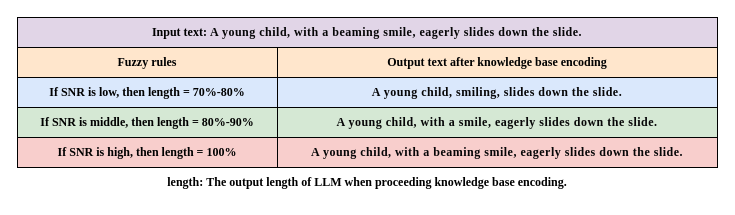
This is UBC-CSC/table.drawio from TuuSiwei/paper_image, a draw.io file, before an edit. Source tidied: cells renumbered, new cells numbered last; positions are measured from the earlier drawing's top-left corner, leaving out a move shared by most shapes. Both pictures are drawn from the tidied source at 100%, with x=0, y=0 at pixel (17, 17).
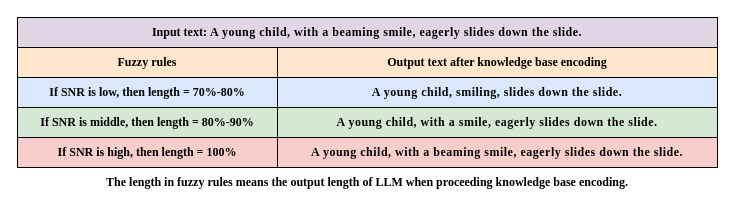
After the change.

The edit, as a diff of the source:
```diff
@@
 <mxGraphModel>
   <root>
     <mxCell id="0" />
     <mxCell id="1" parent="0" />
     <mxCell id="2" value="&lt;span style=&quot;font-size: 12px; font-weight: 700;&quot;&gt;Input text:&amp;nbsp;&lt;/span&gt;&lt;b style=&quot;white-space-collapse: preserve; color: rgb(6, 6, 7); font-size: 12px; letter-spacing: 0.5px;&quot;&gt;A young child, with a beaming smile, eagerly slides down the slide.&lt;/b&gt;" style="rounded=0;whiteSpace=wrap;html=1;fillColor=#e1d5e7;strokeColor=default;fontSize=12;align=center;fontFamily=Times New Roman;" parent="1" vertex="1">
       <mxGeometry width="700" height="30" as="geometry" />
     </mxCell>
     <mxCell id="3" value="&lt;b style=&quot;font-size: 12px;&quot;&gt;&lt;font style=&quot;font-size: 12px;&quot;&gt;If SNR is low,&amp;nbsp;&lt;/font&gt;&lt;/b&gt;&lt;b style=&quot;font-size: 12px;&quot;&gt;&lt;font style=&quot;font-size: 12px;&quot;&gt;then length = 70%-80%&lt;/font&gt;&lt;/b&gt;" style="rounded=0;whiteSpace=wrap;html=1;fillColor=#dae8fc;strokeColor=default;fontSize=12;align=center;fontFamily=Times New Roman;" parent="1" vertex="1">
       <mxGeometry y="60" width="260" height="30" as="geometry" />
     </mxCell>
     <mxCell id="4" value="&lt;b style=&quot;font-size: 12px;&quot;&gt;&lt;font style=&quot;font-size: 12px;&quot;&gt;Output text after knowledge base encoding&lt;/font&gt;&lt;/b&gt;" style="rounded=0;whiteSpace=wrap;html=1;fillColor=#ffe6cc;strokeColor=default;fontSize=12;align=center;fontFamily=Times New Roman;" parent="1" vertex="1">
       <mxGeometry x="260" y="30" width="440" height="30" as="geometry" />
     </mxCell>
     <mxCell id="5" value="&lt;font color=&quot;#060607&quot;&gt;&lt;span style=&quot;letter-spacing: 0.5px; white-space-collapse: preserve;&quot;&gt;&lt;b&gt;A young child, smiling, slides down the slide.&lt;/b&gt;&lt;/span&gt;&lt;/font&gt;" style="rounded=0;whiteSpace=wrap;html=1;fillColor=#dae8fc;strokeColor=default;fontSize=12;align=center;fontFamily=Times New Roman;" parent="1" vertex="1">
       <mxGeometry x="260" y="60" width="440" height="30" as="geometry" />
     </mxCell>
     <mxCell id="6" value="&lt;b style=&quot;white-space-collapse: preserve; color: rgb(6, 6, 7); font-size: 12px; letter-spacing: 0.5px;&quot;&gt;A young child, with a beaming smile, eagerly slides down the slide.&lt;/b&gt;" style="rounded=0;whiteSpace=wrap;html=1;fillColor=#f8cecc;strokeColor=default;fontSize=12;align=center;fontFamily=Times New Roman;" parent="1" vertex="1">
       <mxGeometry x="260" y="120" width="440" height="30" as="geometry" />
     </mxCell>
     <mxCell id="7" value="&lt;b style=&quot;white-space-collapse: preserve; color: rgb(6, 6, 7); letter-spacing: 0.5px;&quot;&gt;A young child, with a smile, &lt;/b&gt;&lt;b style=&quot;white-space-collapse: preserve; color: rgb(6, 6, 7); letter-spacing: 0.5px;&quot;&gt;eagerly &lt;/b&gt;&lt;b style=&quot;white-space-collapse: preserve; color: rgb(6, 6, 7); letter-spacing: 0.5px;&quot;&gt;slides down the slide.&lt;/b&gt;" style="rounded=0;whiteSpace=wrap;html=1;fillColor=#d5e8d4;strokeColor=default;fontSize=12;align=center;fontFamily=Times New Roman;" parent="1" vertex="1">
       <mxGeometry x="260" y="90" width="440" height="30" as="geometry" />
     </mxCell>
     <mxCell id="8" value="&lt;b style=&quot;font-size: 12px;&quot;&gt;&lt;font style=&quot;font-size: 12px;&quot;&gt;Fuzzy rules&lt;/font&gt;&lt;/b&gt;" style="rounded=0;whiteSpace=wrap;html=1;fillColor=#ffe6cc;strokeColor=default;fontSize=12;align=center;fontFamily=Times New Roman;" parent="1" vertex="1">
       <mxGeometry y="30" width="260" height="30" as="geometry" />
     </mxCell>
     <mxCell id="9" value="&lt;b style=&quot;font-size: 12px;&quot;&gt;&lt;font style=&quot;font-size: 12px;&quot;&gt;If SNR is middle,&amp;nbsp;&lt;/font&gt;&lt;/b&gt;&lt;b style=&quot;font-size: 12px;&quot;&gt;&lt;font style=&quot;font-size: 12px;&quot;&gt;then length = 80%-90%&lt;/font&gt;&lt;/b&gt;" style="rounded=0;whiteSpace=wrap;html=1;fillColor=#d5e8d4;strokeColor=default;fontSize=12;align=center;fontFamily=Times New Roman;" parent="1" vertex="1">
       <mxGeometry y="90" width="260" height="30" as="geometry" />
     </mxCell>
     <mxCell id="10" value="&lt;b style=&quot;font-size: 12px;&quot;&gt;&lt;font style=&quot;font-size: 12px;&quot;&gt;If SNR is high, then length = 100%&lt;/font&gt;&lt;/b&gt;" style="rounded=0;whiteSpace=wrap;html=1;fillColor=#f8cecc;strokeColor=default;fontSize=12;align=center;fontFamily=Times New Roman;" parent="1" vertex="1">
       <mxGeometry y="120" width="260" height="30" as="geometry" />
     </mxCell>
-    <mxCell id="11" value="&lt;b&gt;length:&amp;nbsp;The output length of LLM when proceeding knowledge base encoding.&lt;/b&gt;" style="text;html=1;align=center;verticalAlign=middle;whiteSpace=wrap;rounded=0;fontFamily=Times New Roman;" parent="1" vertex="1">
-      <mxGeometry x="110" y="150" width="480" height="30" as="geometry" />
+    <mxCell id="11" value="&lt;b&gt;The length in fuzzy rules means the output length of LLM when proceeding knowledge base encoding.&lt;/b&gt;" style="text;html=1;align=center;verticalAlign=middle;whiteSpace=wrap;rounded=0;fontFamily=Times New Roman;" parent="1" vertex="1">
+      <mxGeometry x="70" y="150" width="560" height="30" as="geometry" />
     </mxCell>
   </root>
 </mxGraphModel>
```
